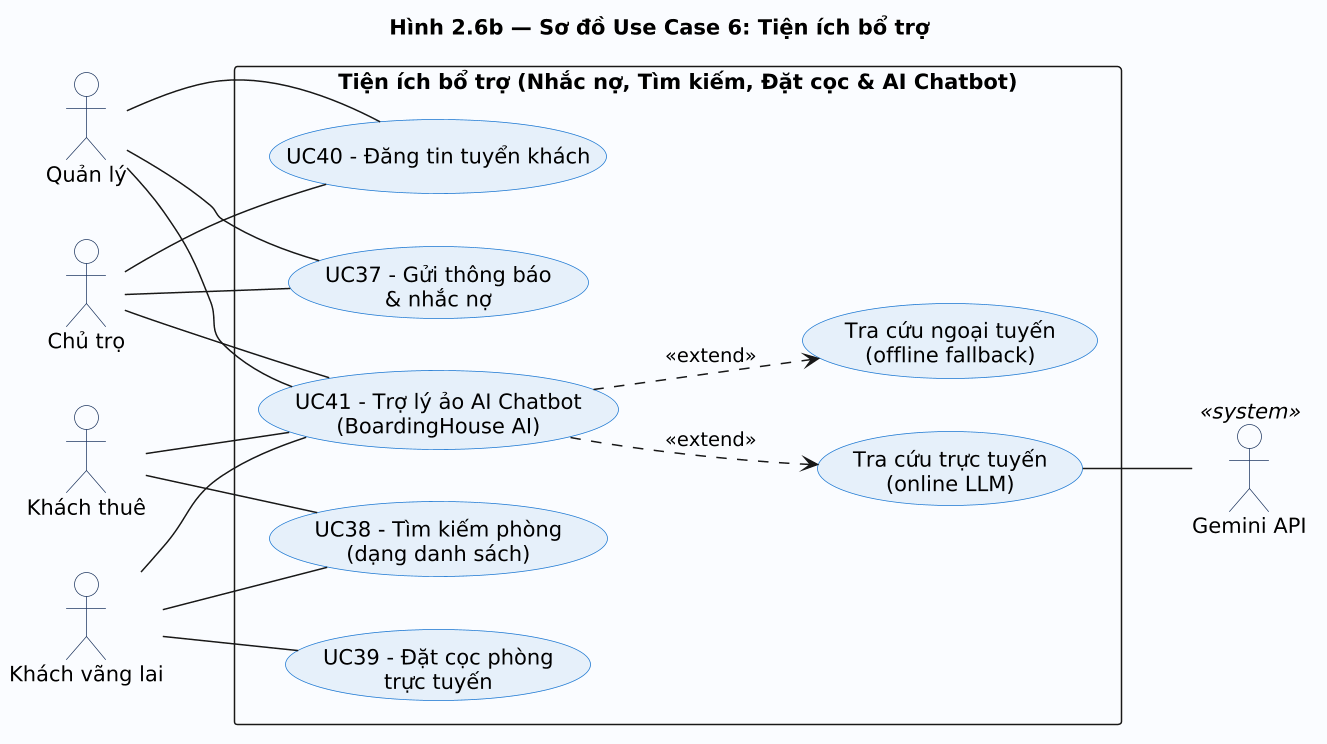
Earlier version of the PlantUML export docs/diagrams/png/2.06b_uc_utilities.png (DiepTuHuy/Hostel_Management). The source it was exported from:
```plantuml
@startuml
scale 1.5
title Hình 2.6b — Sơ đồ Use Case 6: Tiện ích bổ trợ

left to right direction
skinparam packageStyle rectangle
skinparam shadowing false
skinparam usecase {
  BackgroundColor #E6F0FA
  BorderColor #1976D2
}
skinparam actor {
  BackgroundColor #FFFFFF
  BorderColor #1F3864
}

actor "Chủ trọ"        as Owner
actor "Quản lý"        as Manager
actor "Khách thuê"     as Tenant
actor "Khách vãng lai" as Visitor
actor "Gemini API"     as Gemini <<system>>

rectangle "Tiện ích bổ trợ (Nhắc nợ, Tìm kiếm, Đặt cọc & AI Chatbot)" #FAFCFF {
  usecase "UC37 - Gửi thông báo\n& nhắc nợ"             as UT1
  usecase "UC38 - Tìm kiếm phòng\n(dạng danh sách)"      as UT2
  usecase "UC39 - Đặt cọc phòng\ntrực tuyến"            as UT3
  usecase "UC40 - Đăng tin tuyển khách"                 as UT4
  usecase "UC41 - Trợ lý ảo AI Chatbot\n(BoardingHouse AI)" as UT5

  usecase "Tra cứu trực tuyến\n(online LLM)"            as UT6
  usecase "Tra cứu ngoại tuyến\n(offline fallback)"     as UT7
}

Owner   -- UT1
Owner   -- UT4
Owner   -- UT5

Manager -- UT1
Manager -- UT4
Manager -- UT5

Tenant  -- UT2
Tenant  -- UT5

Visitor -- UT2
Visitor -- UT3
Visitor -- UT5

UT5 ..> UT6 : <<extend>>
UT5 ..> UT7 : <<extend>>
UT6 -- Gemini
@enduml
```
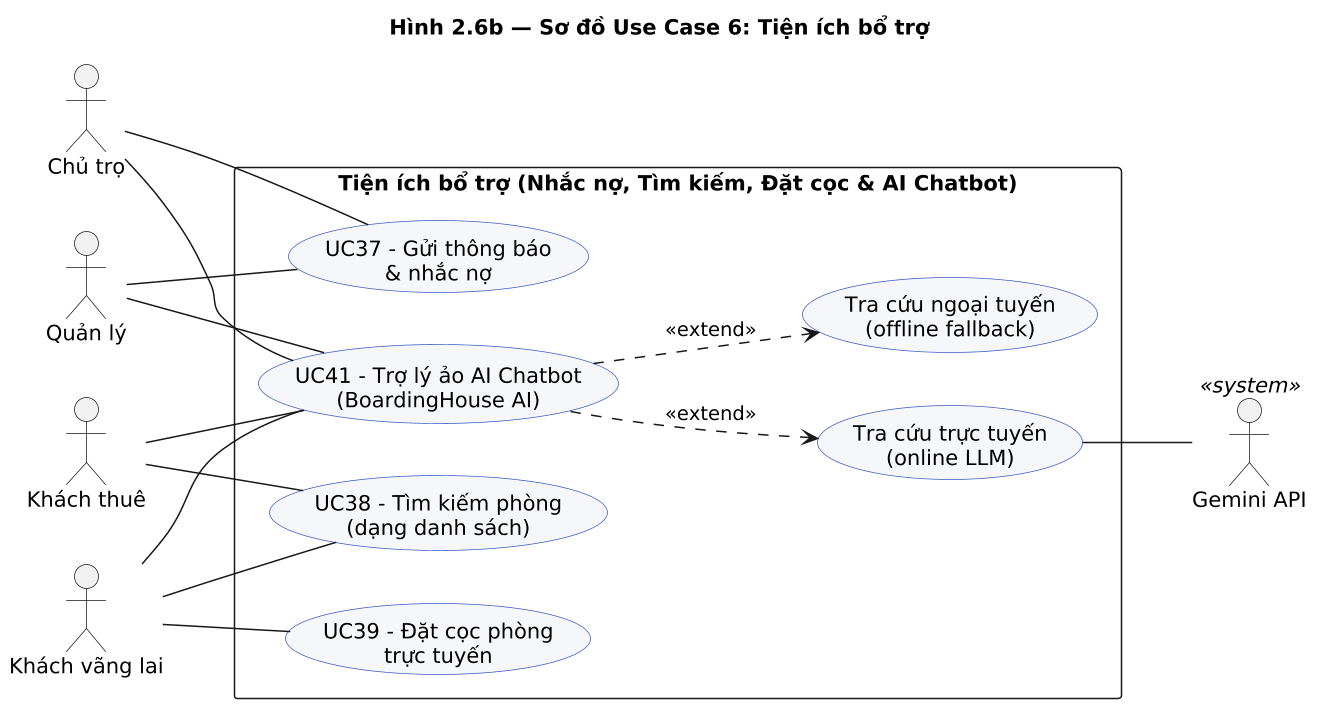
The same file after the commit.

Change to the diagram source:
```diff
@@ -6,12 +6,8 @@
 skinparam packageStyle rectangle
 skinparam shadowing false
 skinparam usecase {
-  BackgroundColor #E6F0FA
-  BorderColor #1976D2
-}
-skinparam actor {
-  BackgroundColor #FFFFFF
-  BorderColor #1F3864
+  BackgroundColor #F5F7FB
+  BorderColor #3A5BC7
 }
 
 actor "Chủ trọ"        as Owner
@@ -20,11 +16,10 @@
 actor "Khách vãng lai" as Visitor
 actor "Gemini API"     as Gemini <<system>>
 
-rectangle "Tiện ích bổ trợ (Nhắc nợ, Tìm kiếm, Đặt cọc & AI Chatbot)" #FAFCFF {
+rectangle "Tiện ích bổ trợ (Nhắc nợ, Tìm kiếm, Đặt cọc & AI Chatbot)" {
   usecase "UC37 - Gửi thông báo\n& nhắc nợ"             as UT1
   usecase "UC38 - Tìm kiếm phòng\n(dạng danh sách)"      as UT2
   usecase "UC39 - Đặt cọc phòng\ntrực tuyến"            as UT3
-  usecase "UC40 - Đăng tin tuyển khách"                 as UT4
   usecase "UC41 - Trợ lý ảo AI Chatbot\n(BoardingHouse AI)" as UT5
 
   usecase "Tra cứu trực tuyến\n(online LLM)"            as UT6
@@ -32,11 +27,9 @@
 }
 
 Owner   -- UT1
-Owner   -- UT4
 Owner   -- UT5
 
 Manager -- UT1
-Manager -- UT4
 Manager -- UT5
 
 Tenant  -- UT2
```
